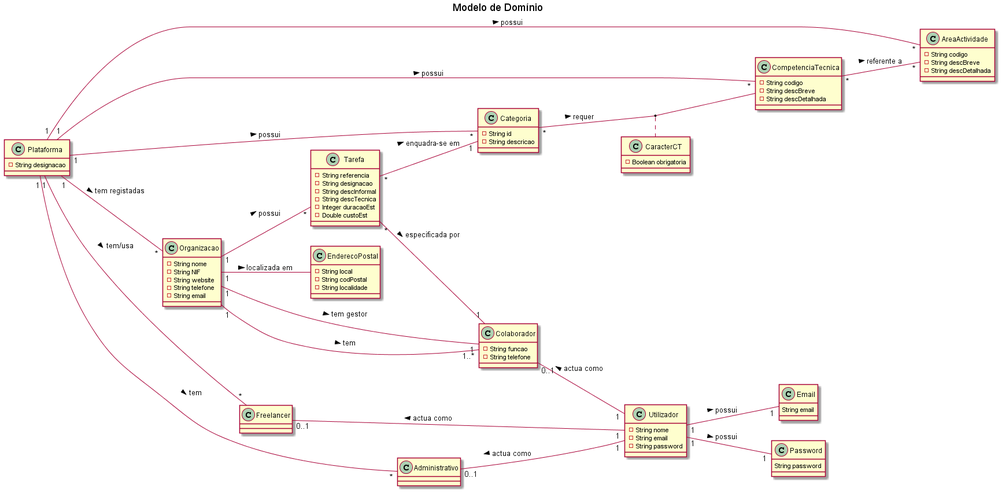
Above: Documentação/Sprint 3/Modelo_Domínio.png in blestonbandeiraUPSKILL/upskill_java1_labprg_grupo2 (PlantUML), before the change. The source it was exported from:
```plantuml
@startuml
title Modelo de Domínio

left to right direction
class Plataforma {
    -String designacao
}

class AreaActividade {
    -String codigo
    -String descBreve
    -String descDetalhada
}

class CompetenciaTecnica {
    -String codigo
    -String descBreve
    -String descDetalhada
}

class Organizacao {
    -String nome
    -String NIF
    -String website
    -String telefone
    -String email
}

class Tarefa {
    -String referencia
    -String designacao
    -String descInformal
    -String descTecnica
    -Integer duracaoEst
    -Double custoEst
}

class CaracterCT {
    -Boolean obrigatoria
}

class Categoria {
    -String id
    -String descricao
}

class Colaborador {
    -String funcao
    -String telefone
}

class EnderecoPostal {
    -String local
    -String codPostal
    -String localidade
}

class Freelancer {
}

class Administrativo {
}

class Utilizador {
    -String nome
    -String email
    -String password
}

class Password {
    String password
}

class Email {
    String email
}

Plataforma"1" -- "*"Organizacao: tem registadas >
Plataforma"1" -- "*"Freelancer: tem/usa >
Plataforma"1" -- "*"Administrativo: tem >
Plataforma"1" -- "*"AreaActividade: possui >
Plataforma"1" -- "*"CompetenciaTecnica: possui >
Plataforma"1" -- "*"Categoria: possui >
Tarefa"*" -- "1"Categoria: enquadra-se em >
Tarefa"*" -- "1"Colaborador: especificada por >
CompetenciaTecnica"*" -- "*"AreaActividade: referente a >
Organizacao"1" -- "*"Tarefa: possui >
Organizacao"1" -- EnderecoPostal: localizada em >
Organizacao"1" -- "1"Colaborador: tem gestor >
Organizacao"1" -- "1..*"Colaborador: tem >
Freelancer"0..1" -- "1"Utilizador: actua como <
Administrativo"0..1" -- "1"Utilizador: actua como <
Colaborador"0..1" -- "1"Utilizador: actua como <
Categoria"*" -- CompetenciaTecnica: requer >
(Categoria, CompetenciaTecnica) . CaracterCT
Utilizador"1" -- "1"Email: possui >
Utilizador"1" -- "1"Password: possui >


@enduml
```
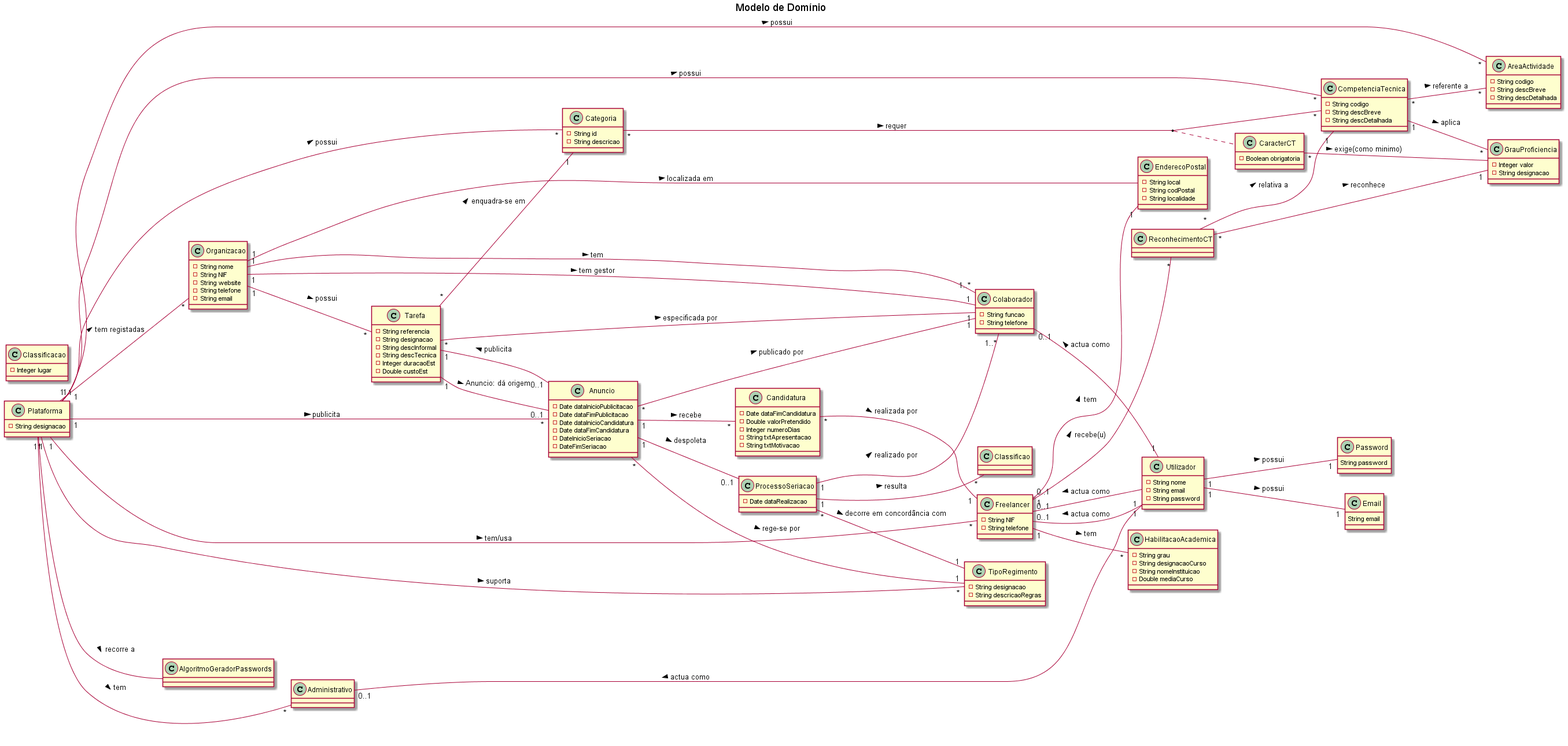
Above is the later version.

Commit message:
modelo de domínio - actualizado

Diff of the diagram source:
```diff
@@ -26,6 +26,10 @@
     -String email
 }
 
+class TipoRegimento {
+    -String designacao
+    -String descricaoRegras
+}
 class Tarefa {
     -String referencia
     -String designacao
@@ -56,6 +60,31 @@
 }
 
 class Freelancer {
+    -String NIF
+    -String telefone
+}
+
+class GrauProficiencia   {
+    -Integer valor
+    -String designacao
+}
+
+class ReconhecimentoCT {
+}
+
+class HabilitacaoAcademica {
+    -String grau
+    -String designacaoCurso
+    -String nomeInstituicao
+    -Double mediaCurso
+}
+
+class Candidatura {
+    -Date dataFimCandidatura
+    -Double valorPretendido
+    -Integer numeroDias
+    -String txtApresentacao
+    -String txtMotivacao
 }
 
 class Administrativo {
@@ -75,12 +104,44 @@
     String email
 }
 
+class AlgoritmoGeradorPasswords {
+}
+
+class Anuncio {
+    -Date dataInicioPublicitacao
+    -Date dataFimPublicitacao
+    -Date dataInicioCandidatura
+    -Date dataFimCandidatura
+    -DateInicioSeriacao
+    -DateFimSeriacao
+}
+
+class ProcessoSeriacao {
+    -Date dataRealizacao
+}
+
+class Classificacao {
+    -Integer lugar
+}
+
 Plataforma"1" -- "*"Organizacao: tem registadas >
 Plataforma"1" -- "*"Freelancer: tem/usa >
 Plataforma"1" -- "*"Administrativo: tem >
 Plataforma"1" -- "*"AreaActividade: possui >
 Plataforma"1" -- "*"CompetenciaTecnica: possui >
 Plataforma"1" -- "*"Categoria: possui >
+Plataforma"1" -- "*"Anuncio: publicita >
+Plataforma"1" -- "*"TipoRegimento: suporta >
+Anuncio"*" -- "1"TipoRegimento: rege-se por >
+Anuncio"0..1" -- "1"Tarefa: publicita >
+Anuncio"*" -- "1"Colaborador: publicado por >
+Anuncio"1" -- "*"Candidatura: recebe >
+Anuncio"1" -- "0..1"ProcessoSeriacao: despoleta >
+ProcessoSeriacao"1" -- "*"Classificao: resulta >
+ProcessoSeriacao"*" -- "1"TipoRegimento: decorre em concordância com >
+ProcessoSeriacao"1" -- "1..*"Colaborador: realizado por >
+Candidatura"*" -- "1"Freelancer: realizada por >
+Tarefa"1" -- "0..1"Anuncio: Anuncio: dá origem >
 Tarefa"*" -- "1"Categoria: enquadra-se em >
 Tarefa"*" -- "1"Colaborador: especificada por >
 CompetenciaTecnica"*" -- "*"AreaActividade: referente a >
@@ -91,10 +152,17 @@
 Freelancer"0..1" -- "1"Utilizador: actua como <
 Administrativo"0..1" -- "1"Utilizador: actua como <
 Colaborador"0..1" -- "1"Utilizador: actua como <
-Categoria"*" -- CompetenciaTecnica: requer >
+Categoria"*" -- "*"CompetenciaTecnica: requer >
 (Categoria, CompetenciaTecnica) . CaracterCT
+CaracterCT"*" -- GrauProficiencia: exige(como minimo) >
 Utilizador"1" -- "1"Email: possui >
 Utilizador"1" -- "1"Password: possui >
-
-
+Freelancer"0..1" -- "1"EnderecoPostal: tem >
+Freelancer"1" -- "*"ReconhecimentoCT: recebe(u) >
+Freelancer"1" -- "*"HabilitacaoAcademica: tem >
+Freelancer"0..1" -- Utilizador: actua como <
+Plataforma"1" -- AlgoritmoGeradorPasswords: recorre a >
+ReconhecimentoCT"*" -- "1"CompetenciaTecnica: relativa a >
+ReconhecimentoCT"*" -- "1"GrauProficiencia: reconhece >
+CompetenciaTecnica"1" -- "*"GrauProficiencia: aplica >
 @enduml
```
